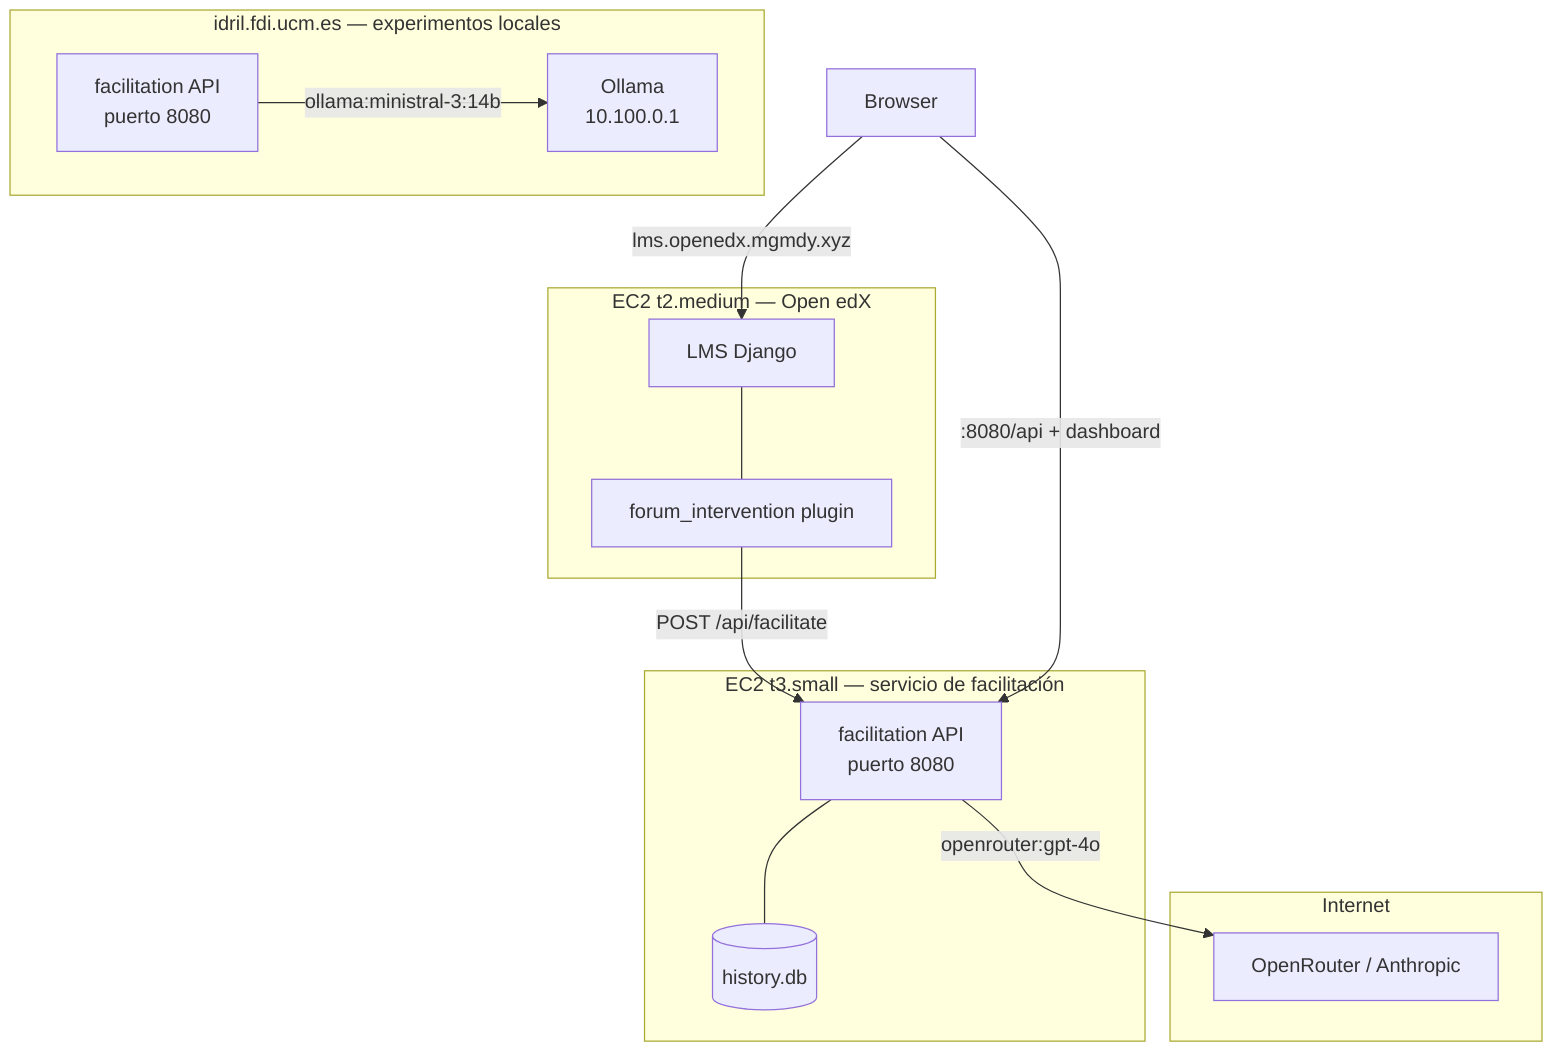
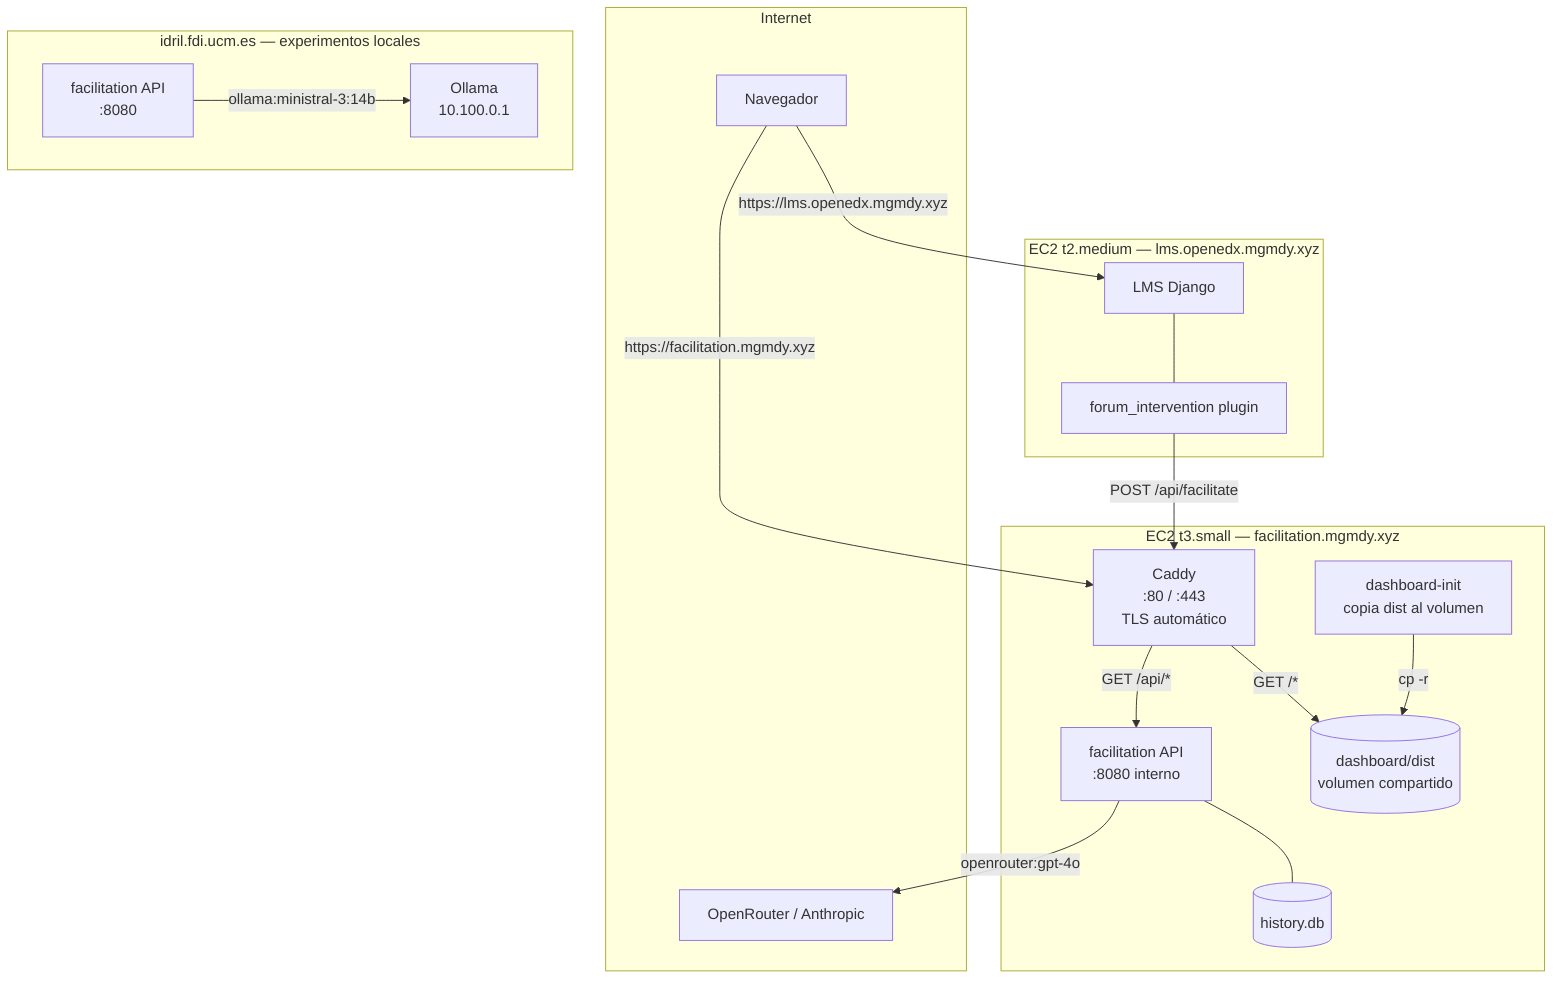
graph TB
    subgraph Internet
        OR[OpenRouter / Anthropic]
+         Browser[Navegador]
    end

-     subgraph EC2-facilitacion["EC2 t3.small — servicio de facilitación"]
-         FA[facilitation API<br/>puerto 8080]
+     subgraph EC2-facilitacion["EC2 t3.small — facilitation.mgmdy.xyz"]
+         CA[Caddy<br/>:80 / :443<br/>TLS automático]
+         FA[facilitation API<br/>:8080 interno]
+         DI[dashboard-init<br/>copia dist al volumen]
+         DV[(dashboard/dist<br/>volumen compartido)]
        DB[(history.db)]
+ 
+         CA -->|GET /api/*| FA
+         CA -->|GET /*| DV
+         DI -->|cp -r| DV
        FA --- DB
    end

-     subgraph EC2-openedx["EC2 t2.medium — Open edX"]
+     subgraph EC2-openedx["EC2 t2.medium — lms.openedx.mgmdy.xyz"]
        LMS[LMS Django]
        FI[forum_intervention plugin]
-         FI -->|POST /api/facilitate| FA
        LMS --- FI
    end

    subgraph Idril["idril.fdi.ucm.es — experimentos locales"]
-         FI2[facilitation API<br/>puerto 8080]
+         FA2[facilitation API<br/>:8080]
        OL[Ollama<br/>10.100.0.1]
-         FI2 -->|ollama:ministral-3:14b| OL
+         FA2 -->|ollama:ministral-3:14b| OL
    end

+     FI -->|POST /api/facilitate| CA
    FA -->|openrouter:gpt-4o| OR
-     Browser -->|":8080/api + dashboard"| FA
-     Browser -->|"lms.openedx.mgmdy.xyz"| LMS
+     Browser -->|https://facilitation.mgmdy.xyz| CA
+     Browser -->|https://lms.openedx.mgmdy.xyz| LMS
